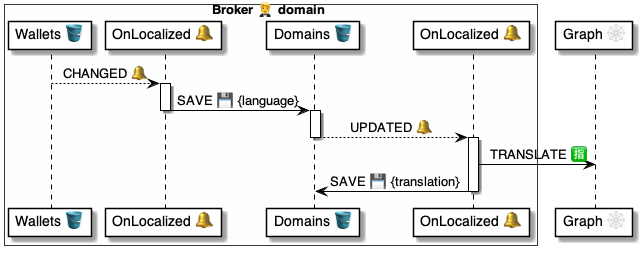
Before: 4 ⚙️ Solution/20 🧑‍🦰 UI/Brokers 🤵/🤵🪣 Broker tables/Domains 👥 table/🪣🧱 2 Localized 🔔 event/🤵 OnDomainLocalized ⚙️ uml.png, a diagram exported from PlantUML (pollyweb-org/pollyweb-docs). Its source is kept beside it as 4 ⚙️ Solution/20 🧑‍🦰 UI/Brokers 🤵/🤵🪣 Broker tables/Domains 👥 table/🪣🧱 2 Localized 🔔 event/🤵 OnDomainLocalized ⚙️ uml.puml. The source it was exported from:
```plantuml
@startuml OnDomainLocalized


box Broker 🤵 domain #FFFFFA
    participant "Wallets 🪣" as wallets
    participant "OnLocalized 🔔" as script
    participant "Domains 🪣" as domains
    participant "OnLocalized 🔔" as handler
end box
participant "Graph 🕸" as graph


wallets --> script: CHANGED 🔔
activate script
    script -> domains: SAVE 💾 {language}
deactivate script

activate domains
    domains --> handler: UPDATED 🔔
deactivate domains

activate handler
    handler -> graph: TRANSLATE 🈯
    handler -> domains: SAVE 💾 {translation}
deactivate handler


@enduml
```
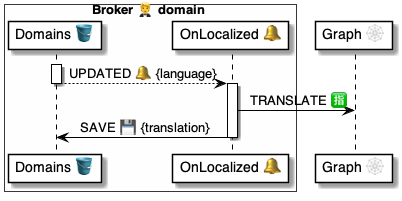
The same diagram one commit later.

The edit, as a diff of the source:
```diff
@@ -2,21 +2,14 @@
 
 
 box Broker 🤵 domain #FFFFFA
-    participant "Wallets 🪣" as wallets
-    participant "OnLocalized 🔔" as script
     participant "Domains 🪣" as domains
     participant "OnLocalized 🔔" as handler
 end box
 participant "Graph 🕸" as graph
 
 
-wallets --> script: CHANGED 🔔
-activate script
-    script -> domains: SAVE 💾 {language}
-deactivate script
-
 activate domains
-    domains --> handler: UPDATED 🔔
+    domains --> handler: UPDATED 🔔 {language}
 deactivate domains
 
 activate handler
```
